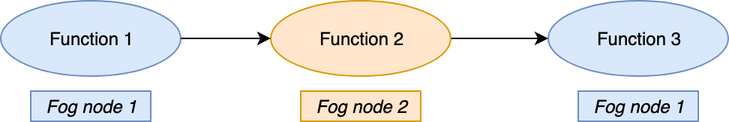
Earlier version of the draw.io export documents/figures/architecture-distributed-flow.png (slienau/bachelor-thesis). Source tidied: cells renumbered, new cells last; positions are measured from the earlier drawing's top-left corner, leaving out a move shared by most shapes. The source it was exported from:
```xml
<mxGraphModel>
  <root>
    <mxCell id="0" />
    <mxCell id="1" parent="0" />
    <mxCell id="2" value="Function 1" style="ellipse;whiteSpace=wrap;html=1;align=center;fillColor=#dae8fc;strokeColor=#6c8ebf;" parent="1" vertex="1">
      <mxGeometry width="120" height="50" as="geometry" />
    </mxCell>
    <mxCell id="3" value="Function 3" style="ellipse;whiteSpace=wrap;html=1;align=center;fillColor=#dae8fc;strokeColor=#6c8ebf;" parent="1" vertex="1">
      <mxGeometry x="365" width="120" height="50" as="geometry" />
    </mxCell>
    <mxCell id="4" style="edgeStyle=orthogonalEdgeStyle;rounded=0;jettySize=auto;html=1;entryX=0;entryY=0.5;entryDx=0;entryDy=0;" parent="1" edge="1" source="5" target="3">
      <mxGeometry relative="1" as="geometry" />
    </mxCell>
    <mxCell id="5" value="Function 2" style="ellipse;whiteSpace=wrap;html=1;align=center;fillColor=#ffe6cc;strokeColor=#d79b00;" parent="1" vertex="1">
      <mxGeometry x="180" width="120" height="50" as="geometry" />
    </mxCell>
    <mxCell id="6" style="endArrow=classic;html=1;entryX=0;entryY=0.5;entryDx=0;entryDy=0;exitX=1;exitY=0.5;exitDx=0;exitDy=0;" parent="1" edge="1" source="2" target="5">
      <mxGeometry relative="1" as="geometry" />
    </mxCell>
    <mxCell id="7" value="Fog node 1" style="text;html=1;strokeColor=#6c8ebf;fillColor=#dae8fc;align=center;verticalAlign=middle;whiteSpace=wrap;rounded=0;fontStyle=2;" parent="1" vertex="1">
      <mxGeometry x="20" y="60" width="80" height="20" as="geometry" />
    </mxCell>
    <mxCell id="8" value="Fog node 2" style="text;html=1;strokeColor=#d79b00;fillColor=#ffe6cc;align=center;verticalAlign=middle;whiteSpace=wrap;rounded=0;fontStyle=2;" parent="1" vertex="1">
      <mxGeometry x="200" y="60" width="80" height="20" as="geometry" />
    </mxCell>
    <mxCell id="9" value="Fog node 1" style="text;html=1;strokeColor=#6c8ebf;fillColor=#dae8fc;align=center;verticalAlign=middle;whiteSpace=wrap;rounded=0;fontStyle=2;" parent="1" vertex="1">
      <mxGeometry x="385" y="60" width="80" height="20" as="geometry" />
    </mxCell>
  </root>
</mxGraphModel>
```
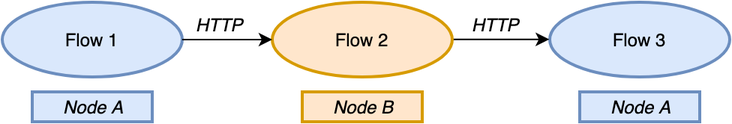
After the change.

The edit, as a diff of the source:
```diff
@@ -2,29 +2,35 @@
   <root>
     <mxCell id="0" />
     <mxCell id="1" parent="0" />
-    <mxCell id="2" value="Function 1" style="ellipse;whiteSpace=wrap;html=1;align=center;fillColor=#dae8fc;strokeColor=#6c8ebf;" parent="1" vertex="1">
+    <mxCell id="2" value="Flow 1" style="ellipse;whiteSpace=wrap;html=1;align=center;fillColor=#dae8fc;strokeColor=#6c8ebf;strokeWidth=2;" parent="1" vertex="1">
       <mxGeometry width="120" height="50" as="geometry" />
     </mxCell>
-    <mxCell id="3" value="Function 3" style="ellipse;whiteSpace=wrap;html=1;align=center;fillColor=#dae8fc;strokeColor=#6c8ebf;" parent="1" vertex="1">
+    <mxCell id="3" value="Flow 3" style="ellipse;whiteSpace=wrap;html=1;align=center;fillColor=#dae8fc;strokeColor=#6c8ebf;strokeWidth=2;" parent="1" vertex="1">
       <mxGeometry x="365" width="120" height="50" as="geometry" />
     </mxCell>
     <mxCell id="4" style="edgeStyle=orthogonalEdgeStyle;rounded=0;jettySize=auto;html=1;entryX=0;entryY=0.5;entryDx=0;entryDy=0;" parent="1" edge="1" source="5" target="3">
       <mxGeometry relative="1" as="geometry" />
     </mxCell>
-    <mxCell id="5" value="Function 2" style="ellipse;whiteSpace=wrap;html=1;align=center;fillColor=#ffe6cc;strokeColor=#d79b00;" parent="1" vertex="1">
+    <mxCell id="5" value="Flow 2" style="ellipse;whiteSpace=wrap;html=1;align=center;fillColor=#ffe6cc;strokeColor=#d79b00;strokeWidth=2;" parent="1" vertex="1">
       <mxGeometry x="180" width="120" height="50" as="geometry" />
     </mxCell>
     <mxCell id="6" style="endArrow=classic;html=1;entryX=0;entryY=0.5;entryDx=0;entryDy=0;exitX=1;exitY=0.5;exitDx=0;exitDy=0;" parent="1" edge="1" source="2" target="5">
       <mxGeometry relative="1" as="geometry" />
     </mxCell>
-    <mxCell id="7" value="Fog node 1" style="text;html=1;strokeColor=#6c8ebf;fillColor=#dae8fc;align=center;verticalAlign=middle;whiteSpace=wrap;rounded=0;fontStyle=2;" parent="1" vertex="1">
+    <mxCell id="7" value="Node A" style="text;html=1;strokeColor=#6c8ebf;fillColor=#dae8fc;align=center;verticalAlign=middle;whiteSpace=wrap;rounded=0;fontStyle=2;strokeWidth=2;" parent="1" vertex="1">
       <mxGeometry x="20" y="60" width="80" height="20" as="geometry" />
     </mxCell>
-    <mxCell id="8" value="Fog node 2" style="text;html=1;strokeColor=#d79b00;fillColor=#ffe6cc;align=center;verticalAlign=middle;whiteSpace=wrap;rounded=0;fontStyle=2;" parent="1" vertex="1">
+    <mxCell id="8" value="Node B" style="text;html=1;strokeColor=#d79b00;fillColor=#ffe6cc;align=center;verticalAlign=middle;whiteSpace=wrap;rounded=0;fontStyle=2;strokeWidth=2;" parent="1" vertex="1">
       <mxGeometry x="200" y="60" width="80" height="20" as="geometry" />
     </mxCell>
-    <mxCell id="9" value="Fog node 1" style="text;html=1;strokeColor=#6c8ebf;fillColor=#dae8fc;align=center;verticalAlign=middle;whiteSpace=wrap;rounded=0;fontStyle=2;" parent="1" vertex="1">
+    <mxCell id="9" value="Node A" style="text;html=1;strokeColor=#6c8ebf;fillColor=#dae8fc;align=center;verticalAlign=middle;whiteSpace=wrap;rounded=0;fontStyle=2;strokeWidth=2;" parent="1" vertex="1">
       <mxGeometry x="385" y="60" width="80" height="20" as="geometry" />
     </mxCell>
+    <mxCell id="10" value="HTTP" style="text;html=1;strokeColor=none;fillColor=none;align=center;verticalAlign=middle;whiteSpace=wrap;rounded=0;fontStyle=2;" parent="1" vertex="1">
+      <mxGeometry x="125" y="5" width="40" height="20" as="geometry" />
+    </mxCell>
+    <mxCell id="11" value="HTTP" style="text;html=1;strokeColor=none;fillColor=none;align=center;verticalAlign=middle;whiteSpace=wrap;rounded=0;fontStyle=2;" parent="1" vertex="1">
+      <mxGeometry x="309" y="5" width="40" height="20" as="geometry" />
+    </mxCell>
   </root>
 </mxGraphModel>
```
